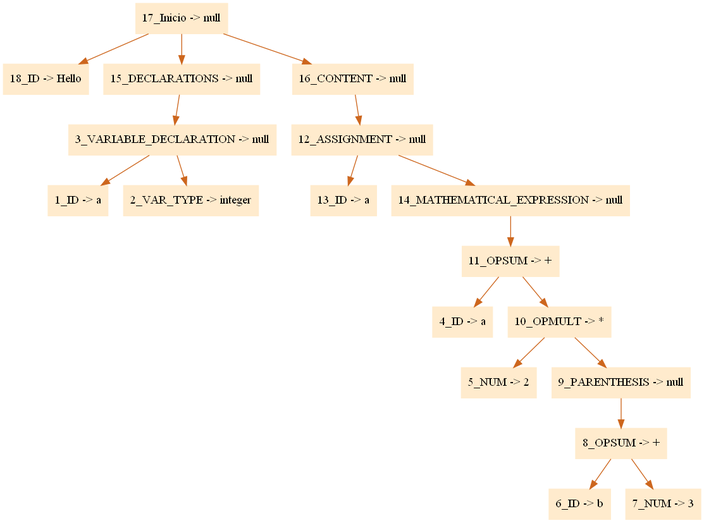
Earlier version of the Graphviz export arbol.png (FranciscoPagoaga/Ada95-Compiler). Its source is kept beside it as arbol.dot.
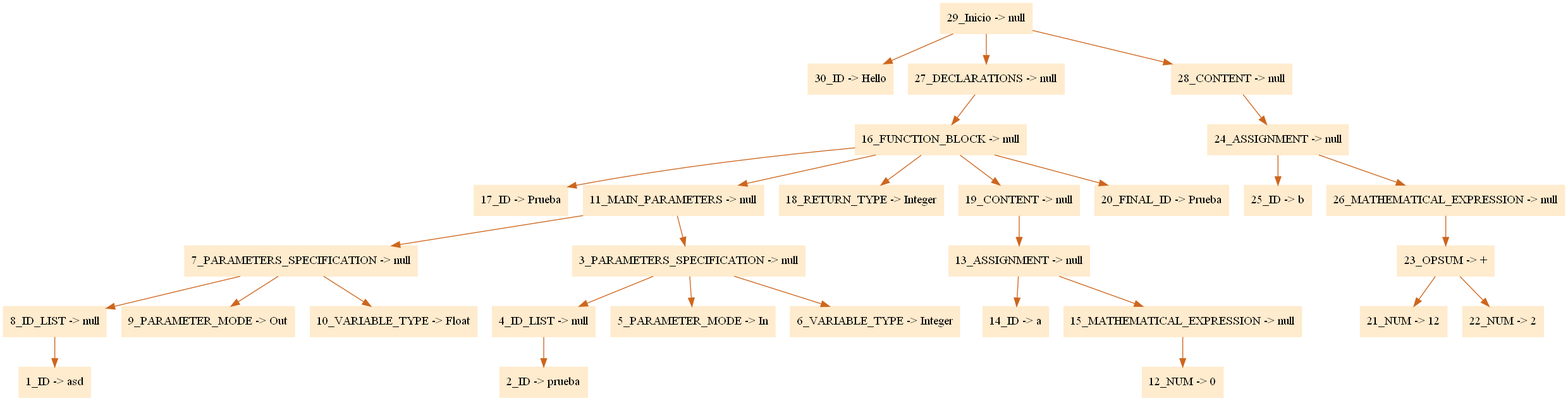
Above is the later version.

Change to the diagram source:
```diff
@@ -1,22 +1,34 @@
 digraph G {node[shape=box, style=filled, color=blanchedalmond]; edge[color=chocolate3];rankdir=UD
 
-"17_Inicio -> null"->"18_ID -> Hello"
-"17_Inicio -> null"->"15_DECLARATIONS -> null"
-"15_DECLARATIONS -> null"->"3_VARIABLE_DECLARATION -> null"
-"3_VARIABLE_DECLARATION -> null"->"1_ID -> a"
-"3_VARIABLE_DECLARATION -> null"->"2_VAR_TYPE -> integer"
-"17_Inicio -> null"->"16_CONTENT -> null"
-"16_CONTENT -> null"->"12_ASSIGNMENT -> null"
-"12_ASSIGNMENT -> null"->"13_ID -> a"
-"12_ASSIGNMENT -> null"->"14_MATHEMATICAL_EXPRESSION -> null"
-"14_MATHEMATICAL_EXPRESSION -> null"->"11_OPSUM -> +"
-"11_OPSUM -> +"->"4_ID -> a"
-"11_OPSUM -> +"->"10_OPMULT -> *"
-"10_OPMULT -> *"->"5_NUM -> 2"
-"10_OPMULT -> *"->"9_PARENTHESIS -> null"
-"9_PARENTHESIS -> null"->"8_OPSUM -> +"
-"8_OPSUM -> +"->"6_ID -> b"
-"8_OPSUM -> +"->"7_NUM -> 3"
+"29_Inicio -> null"->"30_ID -> Hello"
+"29_Inicio -> null"->"27_DECLARATIONS -> null"
+"27_DECLARATIONS -> null"->"16_FUNCTION_BLOCK -> null"
+"16_FUNCTION_BLOCK -> null"->"17_ID -> Prueba"
+"16_FUNCTION_BLOCK -> null"->"11_MAIN_PARAMETERS -> null"
+"11_MAIN_PARAMETERS -> null"->"7_PARAMETERS_SPECIFICATION -> null"
+"7_PARAMETERS_SPECIFICATION -> null"->"8_ID_LIST -> null"
+"8_ID_LIST -> null"->"1_ID -> asd"
+"7_PARAMETERS_SPECIFICATION -> null"->"9_PARAMETER_MODE -> Out"
+"7_PARAMETERS_SPECIFICATION -> null"->"10_VARIABLE_TYPE -> Float"
+"11_MAIN_PARAMETERS -> null"->"3_PARAMETERS_SPECIFICATION -> null"
+"3_PARAMETERS_SPECIFICATION -> null"->"4_ID_LIST -> null"
+"4_ID_LIST -> null"->"2_ID -> prueba"
+"3_PARAMETERS_SPECIFICATION -> null"->"5_PARAMETER_MODE -> In"
+"3_PARAMETERS_SPECIFICATION -> null"->"6_VARIABLE_TYPE -> Integer"
+"16_FUNCTION_BLOCK -> null"->"18_RETURN_TYPE -> Integer"
+"16_FUNCTION_BLOCK -> null"->"19_CONTENT -> null"
+"19_CONTENT -> null"->"13_ASSIGNMENT -> null"
+"13_ASSIGNMENT -> null"->"14_ID -> a"
+"13_ASSIGNMENT -> null"->"15_MATHEMATICAL_EXPRESSION -> null"
+"15_MATHEMATICAL_EXPRESSION -> null"->"12_NUM -> 0"
+"16_FUNCTION_BLOCK -> null"->"20_FINAL_ID -> Prueba"
+"29_Inicio -> null"->"28_CONTENT -> null"
+"28_CONTENT -> null"->"24_ASSIGNMENT -> null"
+"24_ASSIGNMENT -> null"->"25_ID -> b"
+"24_ASSIGNMENT -> null"->"26_MATHEMATICAL_EXPRESSION -> null"
+"26_MATHEMATICAL_EXPRESSION -> null"->"23_OPSUM -> +"
+"23_OPSUM -> +"->"21_NUM -> 12"
+"23_OPSUM -> +"->"22_NUM -> 2"
 
 
 }
```
